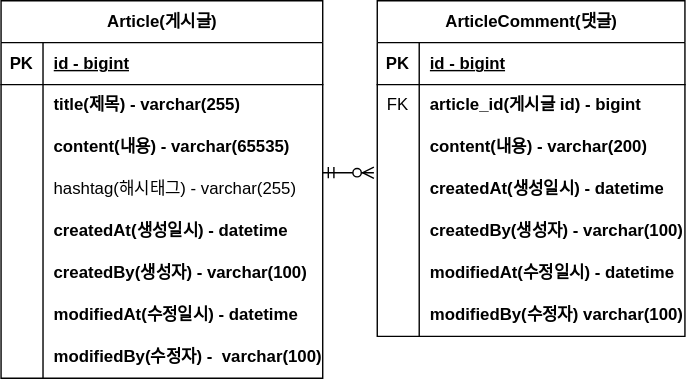
BoaJoo705/Fast-Project-Board keeps this draw.io diagram as document/project-board-erd.svg. Above is the earlier version. Source tidied: cells renumbered, new cells last; positions are measured from the earlier drawing's top-left corner, leaving out a move shared by most shapes.
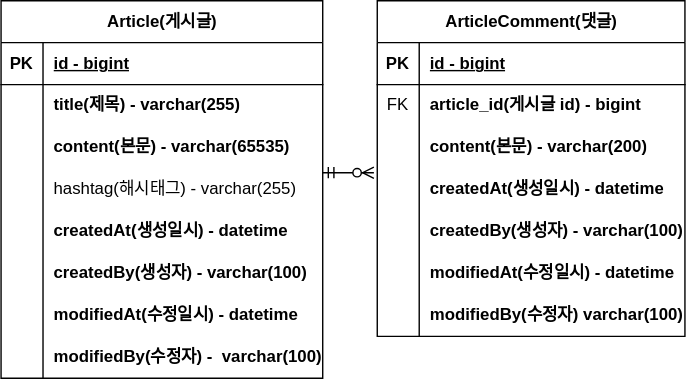
The same diagram one commit later.

Commit message:
#8 - ERD 주석 업데이트 project-board-erd.svg

Diff of the diagram source:
```diff
@@ -29,7 +29,7 @@
     <mxCell id="10" style="shape=partialRectangle;fillColor=none;top=0;left=0;bottom=0;right=0;overflow=hidden;whiteSpace=wrap;html=1;" parent="9" vertex="1">
       <mxGeometry width="30" height="30" as="geometry" />
     </mxCell>
-    <mxCell id="11" value="content(내용) - varchar(65535)" style="shape=partialRectangle;fillColor=none;top=0;left=0;bottom=0;right=0;align=left;spacingLeft=6;overflow=hidden;whiteSpace=wrap;html=1;fontStyle=1;" parent="9" vertex="1">
+    <mxCell id="11" value="content(본문) - varchar(65535)" style="shape=partialRectangle;fillColor=none;top=0;left=0;bottom=0;right=0;align=left;spacingLeft=6;overflow=hidden;whiteSpace=wrap;html=1;fontStyle=1;" parent="9" vertex="1">
       <mxGeometry x="30" width="200" height="30" as="geometry" />
     </mxCell>
     <mxCell id="12" style="shape=tableRow;horizontal=0;startSize=0;swimlaneHead=0;swimlaneBody=0;fillColor=none;points=[[0,0.5],[1,0.5]];portConstraint=eastwest;top=0;left=0;right=0;bottom=0;" parent="2" vertex="1">
@@ -104,7 +104,7 @@
     <mxCell id="35" style="shape=partialRectangle;fillColor=none;top=0;left=0;bottom=0;right=0;overflow=hidden;whiteSpace=wrap;html=1;" parent="34" vertex="1">
       <mxGeometry width="30" height="30" as="geometry" />
     </mxCell>
-    <mxCell id="36" value="content(내용) - varchar(200)" style="shape=partialRectangle;fillColor=none;top=0;left=0;bottom=0;right=0;align=left;spacingLeft=6;overflow=hidden;whiteSpace=wrap;html=1;fontStyle=1;" parent="34" vertex="1">
+    <mxCell id="36" value="content(본문) - varchar(200)" style="shape=partialRectangle;fillColor=none;top=0;left=0;bottom=0;right=0;align=left;spacingLeft=6;overflow=hidden;whiteSpace=wrap;html=1;fontStyle=1;" parent="34" vertex="1">
       <mxGeometry x="30" width="190" height="30" as="geometry" />
     </mxCell>
     <mxCell id="37" style="shape=tableRow;horizontal=0;startSize=0;swimlaneHead=0;swimlaneBody=0;fillColor=none;points=[[0,0.5],[1,0.5]];portConstraint=eastwest;top=0;left=0;right=0;bottom=0;" parent="27" vertex="1">
```
